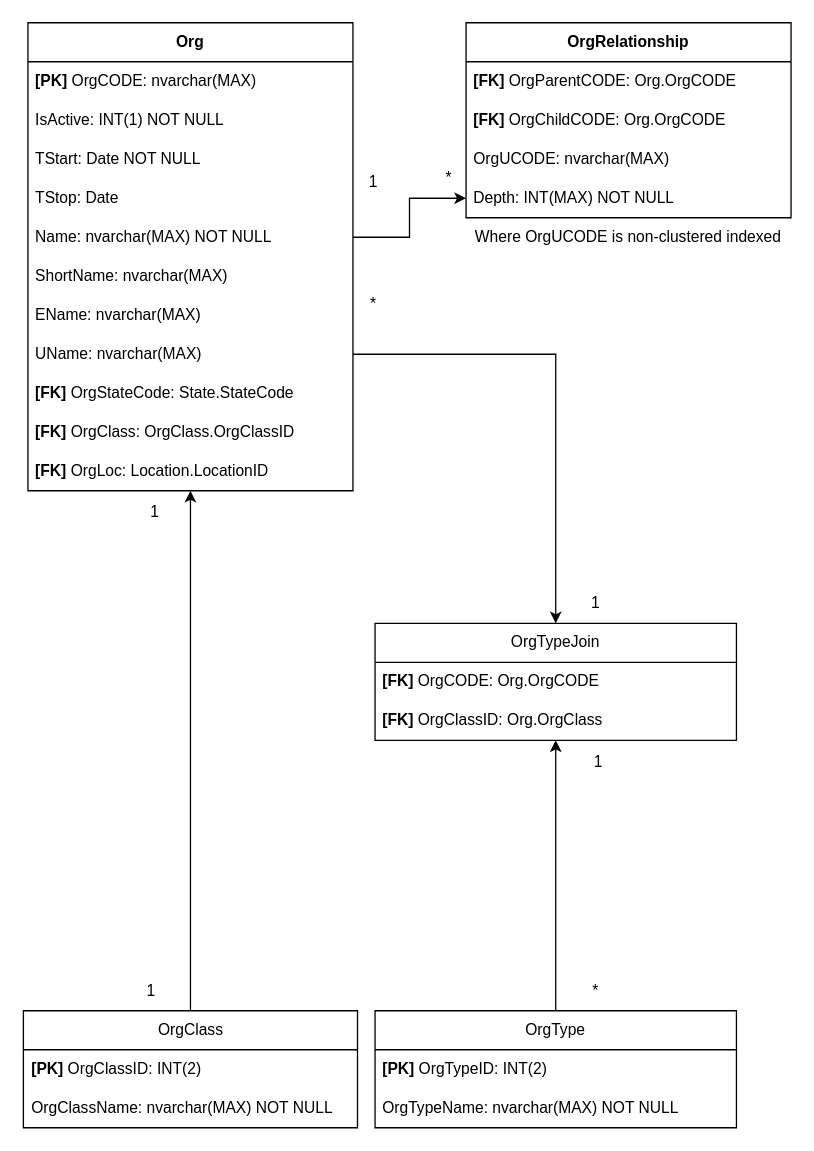
This is doc/GCAT.Org.drawio from cosmicshuttle/GCAT.NET, a draw.io file, before an edit. Source tidied: cells renumbered, new cells numbered last; positions are measured from the earlier drawing's top-left corner, leaving out a move shared by most shapes. Both pictures are drawn from the tidied source at 130%, with x=0, y=0 at pixel (22, 22).
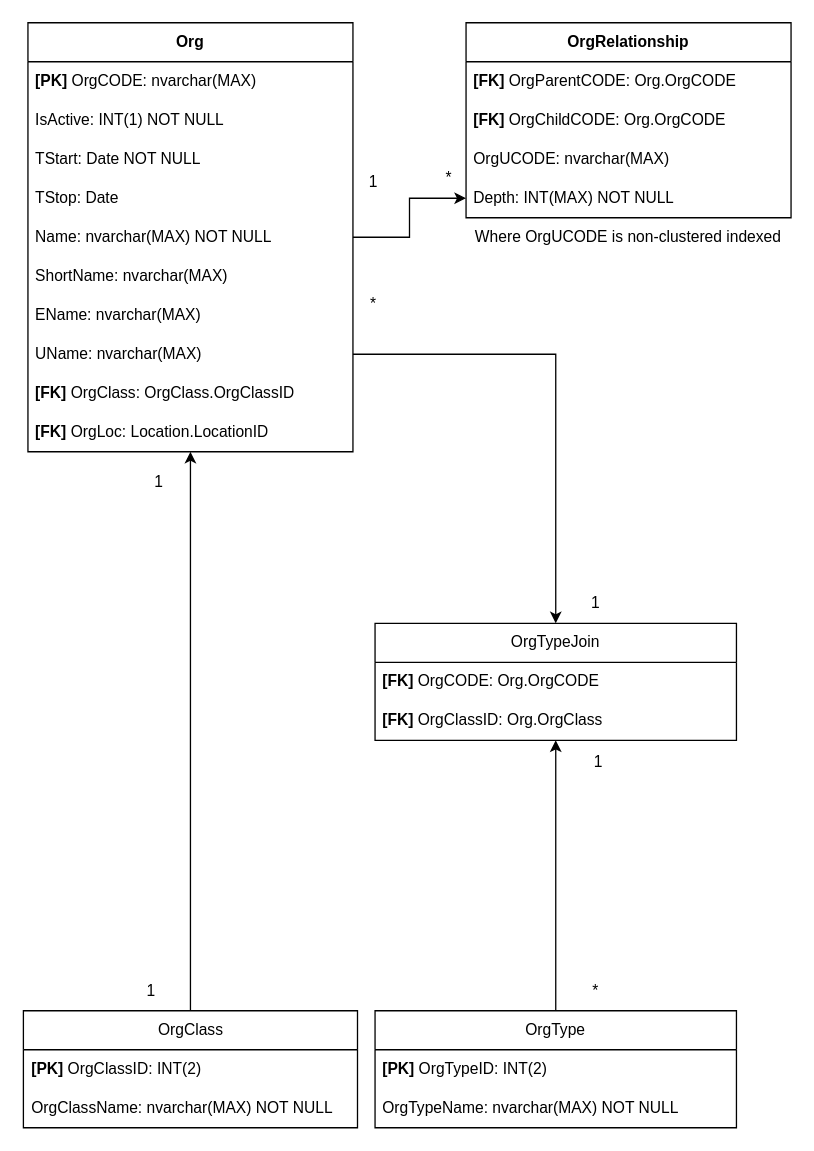
The same diagram, later.

Diff of the diagram source:
```diff
@@
     <mxCell id="15" value="&lt;b&gt;Org&lt;/b&gt;" style="swimlane;fontStyle=0;horizontal=1;startSize=30;whiteSpace=wrap;html=1;" parent="1" vertex="1">
-      <mxGeometry x="4" width="250" height="360" as="geometry" />
+      <mxGeometry x="4" width="250" height="330" as="geometry" />
     </mxCell>
@@
-    <mxCell id="24" value="&lt;u style=&quot;font-weight: bold;&quot;&gt;[&lt;/u&gt;&lt;span style=&quot;font-weight: bold;&quot;&gt;FK] &lt;/span&gt;OrgStateCode: State.StateCode" style="text;strokeColor=none;fillColor=none;align=left;verticalAlign=middle;spacingLeft=4;spacingRight=4;overflow=hidden;whiteSpace=wrap;html=1;" parent="15" vertex="1">
-      <mxGeometry y="270" width="250" height="30" as="geometry" />
-    </mxCell>
     <mxCell id="25" value="&lt;span style=&quot;font-weight: bold;&quot;&gt;[FK]&lt;/span&gt;&lt;span style=&quot;font-weight: bold;&quot;&gt; &lt;/span&gt;OrgClass: OrgClass.OrgClassID" style="text;strokeColor=none;fillColor=none;align=left;verticalAlign=middle;spacingLeft=4;spacingRight=4;overflow=hidden;whiteSpace=wrap;html=1;" parent="15" vertex="1">
-      <mxGeometry y="300" width="250" height="30" as="geometry" />
+      <mxGeometry y="270" width="250" height="30" as="geometry" />
     </mxCell>
     <mxCell id="26" value="&lt;span style=&quot;font-weight: bold;&quot;&gt;[FK] &lt;/span&gt;OrgLoc: Location.LocationID" style="text;strokeColor=none;fillColor=none;align=left;verticalAlign=middle;spacingLeft=4;spacingRight=4;overflow=hidden;whiteSpace=wrap;html=1;" parent="15" vertex="1">
-      <mxGeometry y="330" width="250" height="30" as="geometry" />
+      <mxGeometry y="300" width="250" height="30" as="geometry" />
     </mxCell>
@@
     <mxCell id="39" value="1" style="text;html=1;whiteSpace=wrap;strokeColor=none;fillColor=none;align=center;verticalAlign=middle;rounded=0;" parent="1" vertex="1">
-      <mxGeometry x="72" y="362" width="60" height="30" as="geometry" />
+      <mxGeometry x="75" y="339" width="60" height="30" as="geometry" />
     </mxCell>
```
